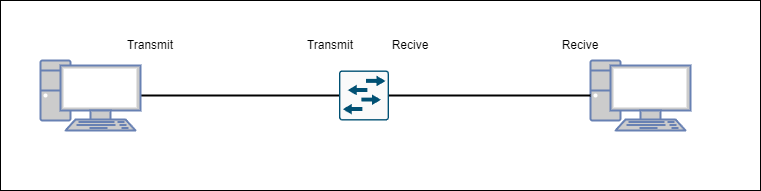
Earlier version of the draw.io export Diagrams/1_4_1.png (HalisCerit/CCNA_ozet). Source tidied: cells renumbered, new cells last; positions are measured from the earlier drawing's top-left corner, leaving out a move shared by most shapes. Its diagram source:
```xml
<mxGraphModel>
  <root>
    <mxCell id="0" />
    <mxCell id="1" parent="0" />
    <mxCell id="2" style="rounded=0;whiteSpace=wrap;html=1;" parent="1" vertex="1">
      <mxGeometry width="760" height="190" as="geometry" />
    </mxCell>
    <mxCell id="3" style="edgeStyle=orthogonalEdgeStyle;rounded=0;jettySize=auto;html=1;entryX=0;entryY=0.5;entryDx=0;entryDy=0;entryPerimeter=0;endArrow=none;endFill=0;strokeWidth=2;" parent="1" edge="1" source="4" target="7">
      <mxGeometry relative="1" as="geometry" />
    </mxCell>
    <mxCell id="4" style="fontColor=#0066CC;verticalAlign=top;verticalLabelPosition=bottom;labelPosition=center;align=center;html=1;outlineConnect=0;fillColor=#CCCCCC;strokeColor=#6881B3;gradientColor=none;gradientDirection=north;strokeWidth=2;shape=mxgraph.networks.pc;" parent="1" vertex="1">
      <mxGeometry x="40" y="60" width="100" height="70" as="geometry" />
    </mxCell>
    <mxCell id="5" style="fontColor=#0066CC;verticalAlign=top;verticalLabelPosition=bottom;labelPosition=center;align=center;html=1;outlineConnect=0;fillColor=#CCCCCC;strokeColor=#6881B3;gradientColor=none;gradientDirection=north;strokeWidth=2;shape=mxgraph.networks.pc;" parent="1" vertex="1">
      <mxGeometry x="590" y="60" width="100" height="70" as="geometry" />
    </mxCell>
    <mxCell id="6" style="edgeStyle=orthogonalEdgeStyle;rounded=0;jettySize=auto;html=1;entryX=0;entryY=0.5;entryDx=0;entryDy=0;entryPerimeter=0;endArrow=none;endFill=0;strokeWidth=2;" parent="1" edge="1" source="7" target="5">
      <mxGeometry relative="1" as="geometry" />
    </mxCell>
    <mxCell id="7" style="sketch=0;points=[[0.015,0.015,0],[0.985,0.015,0],[0.985,0.985,0],[0.015,0.985,0],[0.25,0,0],[0.5,0,0],[0.75,0,0],[1,0.25,0],[1,0.5,0],[1,0.75,0],[0.75,1,0],[0.5,1,0],[0.25,1,0],[0,0.75,0],[0,0.5,0],[0,0.25,0]];verticalLabelPosition=bottom;html=1;verticalAlign=top;align=center;shape=mxgraph.cisco19.rect;prIcon=l2_switch;fillColor=#FAFAFA;strokeColor=#005073;" parent="1" vertex="1">
      <mxGeometry x="338.5" y="70" width="50" height="50" as="geometry" />
    </mxCell>
    <mxCell id="8" value="Transmit" style="text;html=1;strokeColor=none;fillColor=none;align=center;verticalAlign=middle;whiteSpace=wrap;rounded=0;" parent="1" vertex="1">
      <mxGeometry x="120" y="30" width="60" height="30" as="geometry" />
    </mxCell>
    <mxCell id="9" value="Transmit" style="text;html=1;strokeColor=none;fillColor=none;align=center;verticalAlign=middle;whiteSpace=wrap;rounded=0;" parent="1" vertex="1">
      <mxGeometry x="300" y="30" width="60" height="30" as="geometry" />
    </mxCell>
    <mxCell id="10" value="Recive" style="text;html=1;strokeColor=none;fillColor=none;align=center;verticalAlign=middle;whiteSpace=wrap;rounded=0;" parent="1" vertex="1">
      <mxGeometry x="380" y="30" width="60" height="30" as="geometry" />
    </mxCell>
    <mxCell id="11" value="Recive" style="text;html=1;strokeColor=none;fillColor=none;align=center;verticalAlign=middle;whiteSpace=wrap;rounded=0;" parent="1" vertex="1">
      <mxGeometry x="550" y="30" width="60" height="30" as="geometry" />
    </mxCell>
  </root>
</mxGraphModel>
```
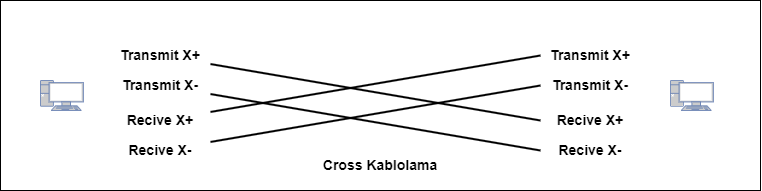
After the change.

What changed in the source:
```diff
@@ -5,32 +5,50 @@
     <mxCell id="2" style="rounded=0;whiteSpace=wrap;html=1;" parent="1" vertex="1">
       <mxGeometry width="760" height="190" as="geometry" />
     </mxCell>
-    <mxCell id="3" style="edgeStyle=orthogonalEdgeStyle;rounded=0;jettySize=auto;html=1;entryX=0;entryY=0.5;entryDx=0;entryDy=0;entryPerimeter=0;endArrow=none;endFill=0;strokeWidth=2;" parent="1" edge="1" source="4" target="7">
-      <mxGeometry relative="1" as="geometry" />
-    </mxCell>
-    <mxCell id="4" style="fontColor=#0066CC;verticalAlign=top;verticalLabelPosition=bottom;labelPosition=center;align=center;html=1;outlineConnect=0;fillColor=#CCCCCC;strokeColor=#6881B3;gradientColor=none;gradientDirection=north;strokeWidth=2;shape=mxgraph.networks.pc;" parent="1" vertex="1">
-      <mxGeometry x="40" y="60" width="100" height="70" as="geometry" />
+    <mxCell id="4" style="fontColor=#0066CC;verticalAlign=top;verticalLabelPosition=bottom;labelPosition=center;align=center;html=1;outlineConnect=0;fillColor=#CCCCCC;strokeColor=#6881B3;gradientColor=none;gradientDirection=north;strokeWidth=2;shape=mxgraph.networks.pc;fontSize=14;fontStyle=1;" parent="1" vertex="1">
+      <mxGeometry x="40" y="80" width="42.9" height="30" as="geometry" />
     </mxCell>
-    <mxCell id="5" style="fontColor=#0066CC;verticalAlign=top;verticalLabelPosition=bottom;labelPosition=center;align=center;html=1;outlineConnect=0;fillColor=#CCCCCC;strokeColor=#6881B3;gradientColor=none;gradientDirection=north;strokeWidth=2;shape=mxgraph.networks.pc;" parent="1" vertex="1">
-      <mxGeometry x="590" y="60" width="100" height="70" as="geometry" />
+    <mxCell id="5" style="fontColor=#0066CC;verticalAlign=top;verticalLabelPosition=bottom;labelPosition=center;align=center;html=1;outlineConnect=0;fillColor=#CCCCCC;strokeColor=#6881B3;gradientColor=none;gradientDirection=north;strokeWidth=2;shape=mxgraph.networks.pc;fontSize=14;fontStyle=1;" parent="1" vertex="1">
+      <mxGeometry x="670" y="80" width="42.9" height="30" as="geometry" />
     </mxCell>
-    <mxCell id="6" style="edgeStyle=orthogonalEdgeStyle;rounded=0;jettySize=auto;html=1;entryX=0;entryY=0.5;entryDx=0;entryDy=0;entryPerimeter=0;endArrow=none;endFill=0;strokeWidth=2;" parent="1" edge="1" source="7" target="5">
-      <mxGeometry relative="1" as="geometry" />
-    </mxCell>
-    <mxCell id="7" style="sketch=0;points=[[0.015,0.015,0],[0.985,0.015,0],[0.985,0.985,0],[0.015,0.985,0],[0.25,0,0],[0.5,0,0],[0.75,0,0],[1,0.25,0],[1,0.5,0],[1,0.75,0],[0.75,1,0],[0.5,1,0],[0.25,1,0],[0,0.75,0],[0,0.5,0],[0,0.25,0]];verticalLabelPosition=bottom;html=1;verticalAlign=top;align=center;shape=mxgraph.cisco19.rect;prIcon=l2_switch;fillColor=#FAFAFA;strokeColor=#005073;" parent="1" vertex="1">
-      <mxGeometry x="338.5" y="70" width="50" height="50" as="geometry" />
-    </mxCell>
-    <mxCell id="8" value="Transmit" style="text;html=1;strokeColor=none;fillColor=none;align=center;verticalAlign=middle;whiteSpace=wrap;rounded=0;" parent="1" vertex="1">
-      <mxGeometry x="120" y="30" width="60" height="30" as="geometry" />
-    </mxCell>
-    <mxCell id="9" value="Transmit" style="text;html=1;strokeColor=none;fillColor=none;align=center;verticalAlign=middle;whiteSpace=wrap;rounded=0;" parent="1" vertex="1">
-      <mxGeometry x="300" y="30" width="60" height="30" as="geometry" />
-    </mxCell>
-    <mxCell id="10" value="Recive" style="text;html=1;strokeColor=none;fillColor=none;align=center;verticalAlign=middle;whiteSpace=wrap;rounded=0;" parent="1" vertex="1">
-      <mxGeometry x="380" y="30" width="60" height="30" as="geometry" />
-    </mxCell>
-    <mxCell id="11" value="Recive" style="text;html=1;strokeColor=none;fillColor=none;align=center;verticalAlign=middle;whiteSpace=wrap;rounded=0;" parent="1" vertex="1">
-      <mxGeometry x="550" y="30" width="60" height="30" as="geometry" />
-    </mxCell>
+    <mxCell id="12" value="&lt;font style=&quot;font-size: 14px;&quot;&gt;Cross Kablolama&lt;/font&gt;" style="text;html=1;strokeColor=none;fillColor=none;align=center;verticalAlign=middle;whiteSpace=wrap;rounded=0;fontSize=14;fontStyle=1;" parent="1" vertex="1">
+      <mxGeometry x="250" y="150" width="260" height="30" as="geometry" />
+    </mxCell>
+    <mxCell id="13" style="rounded=0;jettySize=auto;html=1;entryX=0;entryY=0.5;entryDx=0;entryDy=0;endArrow=none;endFill=0;strokeWidth=2;" parent="1" edge="1" source="14" target="23">
+      <mxGeometry relative="1" as="geometry" />
+    </mxCell>
+    <mxCell id="14" value="Transmit X+" style="text;html=1;strokeColor=none;fillColor=none;align=center;verticalAlign=middle;whiteSpace=wrap;rounded=0;fontSize=14;fontStyle=1;" parent="1" vertex="1">
+      <mxGeometry x="110" y="40" width="100" height="30" as="geometry" />
+    </mxCell>
+    <mxCell id="15" style="rounded=0;jettySize=auto;html=1;entryX=0;entryY=0.5;entryDx=0;entryDy=0;endArrow=none;endFill=0;strokeWidth=2;" parent="1" edge="1" source="16" target="24">
+      <mxGeometry relative="1" as="geometry" />
+    </mxCell>
+    <mxCell id="16" value="Transmit X-" style="text;html=1;strokeColor=none;fillColor=none;align=center;verticalAlign=middle;whiteSpace=wrap;rounded=0;fontSize=14;fontStyle=1;" parent="1" vertex="1">
+      <mxGeometry x="110" y="70" width="100" height="30" as="geometry" />
+    </mxCell>
+    <mxCell id="17" style="rounded=0;jettySize=auto;html=1;entryX=0;entryY=0.5;entryDx=0;entryDy=0;endArrow=none;endFill=0;strokeWidth=2;" parent="1" edge="1" source="18" target="21">
+      <mxGeometry relative="1" as="geometry" />
+    </mxCell>
+    <mxCell id="18" value="Recive X+" style="text;html=1;strokeColor=none;fillColor=none;align=center;verticalAlign=middle;whiteSpace=wrap;rounded=0;fontSize=14;fontStyle=1;" parent="1" vertex="1">
+      <mxGeometry x="110" y="105" width="100" height="30" as="geometry" />
+    </mxCell>
+    <mxCell id="19" style="rounded=0;jettySize=auto;html=1;entryX=0;entryY=0.5;entryDx=0;entryDy=0;endArrow=none;endFill=0;strokeWidth=2;" parent="1" edge="1" source="20" target="22">
+      <mxGeometry relative="1" as="geometry" />
+    </mxCell>
+    <mxCell id="20" value="Recive X-" style="text;html=1;strokeColor=none;fillColor=none;align=center;verticalAlign=middle;whiteSpace=wrap;rounded=0;fontSize=14;fontStyle=1;" parent="1" vertex="1">
+      <mxGeometry x="110" y="135" width="100" height="30" as="geometry" />
+    </mxCell>
+    <mxCell id="21" value="Transmit X+" style="text;html=1;strokeColor=none;fillColor=none;align=center;verticalAlign=middle;whiteSpace=wrap;rounded=0;fontSize=14;fontStyle=1;" parent="1" vertex="1">
+      <mxGeometry x="540" y="40" width="100" height="30" as="geometry" />
+    </mxCell>
+    <mxCell id="22" value="Transmit X-" style="text;html=1;strokeColor=none;fillColor=none;align=center;verticalAlign=middle;whiteSpace=wrap;rounded=0;fontSize=14;fontStyle=1;" parent="1" vertex="1">
+      <mxGeometry x="540" y="70" width="100" height="30" as="geometry" />
+    </mxCell>
+    <mxCell id="23" value="Recive X+" style="text;html=1;strokeColor=none;fillColor=none;align=center;verticalAlign=middle;whiteSpace=wrap;rounded=0;fontSize=14;fontStyle=1;" parent="1" vertex="1">
+      <mxGeometry x="540" y="105" width="100" height="30" as="geometry" />
+    </mxCell>
+    <mxCell id="24" value="Recive X-" style="text;html=1;strokeColor=none;fillColor=none;align=center;verticalAlign=middle;whiteSpace=wrap;rounded=0;fontSize=14;fontStyle=1;" parent="1" vertex="1">
+      <mxGeometry x="540" y="135" width="100" height="30" as="geometry" />
+    </mxCell>
   </root>
 </mxGraphModel>
```
